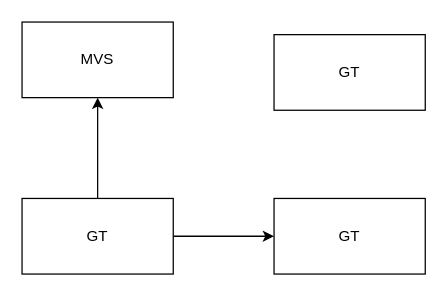
This is mid-term/几何.drawio from thEu-suisei/draw_io, a draw.io file, before an edit. Source tidied: cells renumbered, new cells numbered last; positions are measured from the earlier drawing's top-left corner, leaving out a move shared by most shapes. Both pictures are drawn from the tidied source at 126%, with x=0, y=0 at pixel (21, 21).
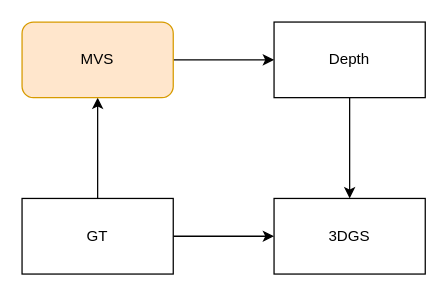
After the change.

Diff of the diagram source:
```diff
@@
 <mxGraphModel>
   <root>
     <mxCell id="0" />
     <mxCell id="1" parent="0" />
     <mxCell id="2" style="edgeStyle=orthogonalEdgeStyle;rounded=0;jettySize=auto;html=1;" parent="1" edge="1" source="4" target="5">
       <mxGeometry relative="1" as="geometry" />
     </mxCell>
     <mxCell id="3" style="edgeStyle=orthogonalEdgeStyle;rounded=0;jettySize=auto;html=1;" parent="1" edge="1" source="4" target="7">
       <mxGeometry relative="1" as="geometry" />
     </mxCell>
     <mxCell id="4" value="GT" style="rounded=0;whiteSpace=wrap;html=1;" parent="1" vertex="1">
       <mxGeometry y="140" width="120" height="60" as="geometry" />
     </mxCell>
-    <mxCell id="5" value="GT" style="rounded=0;whiteSpace=wrap;html=1;" parent="1" vertex="1">
+    <mxCell id="5" value="3DGS" style="rounded=0;whiteSpace=wrap;html=1;" parent="1" vertex="1">
       <mxGeometry x="200" y="140" width="120" height="60" as="geometry" />
     </mxCell>
+    <mxCell id="8" style="edgeStyle=orthogonalEdgeStyle;rounded=0;jettySize=auto;html=1;entryX=0.5;entryY=0;entryDx=0;entryDy=0;" parent="1" edge="1" source="6" target="5">
+      <mxGeometry relative="1" as="geometry" />
+    </mxCell>
-    <mxCell id="6" value="GT" style="rounded=0;whiteSpace=wrap;html=1;" parent="1" vertex="1">
-      <mxGeometry x="200" y="10" width="120" height="60" as="geometry" />
+    <mxCell id="6" value="Depth" style="rounded=0;whiteSpace=wrap;html=1;" parent="1" vertex="1">
+      <mxGeometry x="200" width="120" height="60" as="geometry" />
     </mxCell>
+    <mxCell id="9" style="edgeStyle=orthogonalEdgeStyle;rounded=0;jettySize=auto;html=1;exitX=1;exitY=0.5;exitDx=0;exitDy=0;entryX=0;entryY=0.5;entryDx=0;entryDy=0;" parent="1" edge="1" source="7" target="6">
+      <mxGeometry relative="1" as="geometry" />
+    </mxCell>
-    <mxCell id="7" value="MVS" style="rounded=0;whiteSpace=wrap;html=1;" parent="1" vertex="1">
+    <mxCell id="7" value="MVS" style="rounded=1;whiteSpace=wrap;html=1;glass=0;fillColor=#ffe6cc;strokeColor=#d79b00;" parent="1" vertex="1">
       <mxGeometry width="120" height="60" as="geometry" />
     </mxCell>
   </root>
 </mxGraphModel>
```
